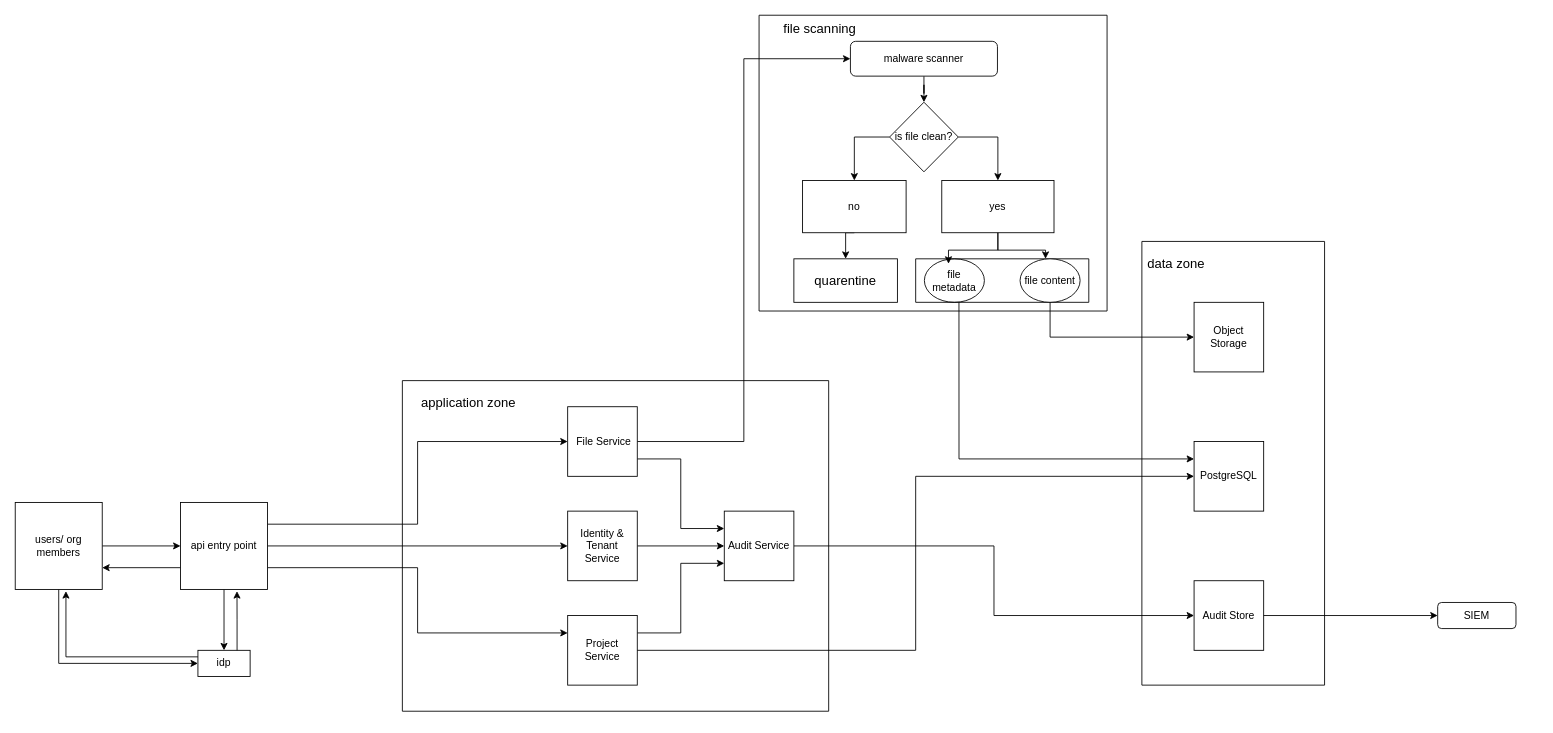
0xn3by/security-architecture keeps this draw.io diagram as multi-tenant-saas-security-architecture/diagrams/security-architecture.drawio. Above is the earlier version. Source tidied: cells renumbered, new cells numbered last; positions are measured from the earlier drawing's top-left corner, leaving out a move shared by most shapes. Both pictures are drawn from the tidied source at 87%, with x=0, y=0 at pixel (15, 15).
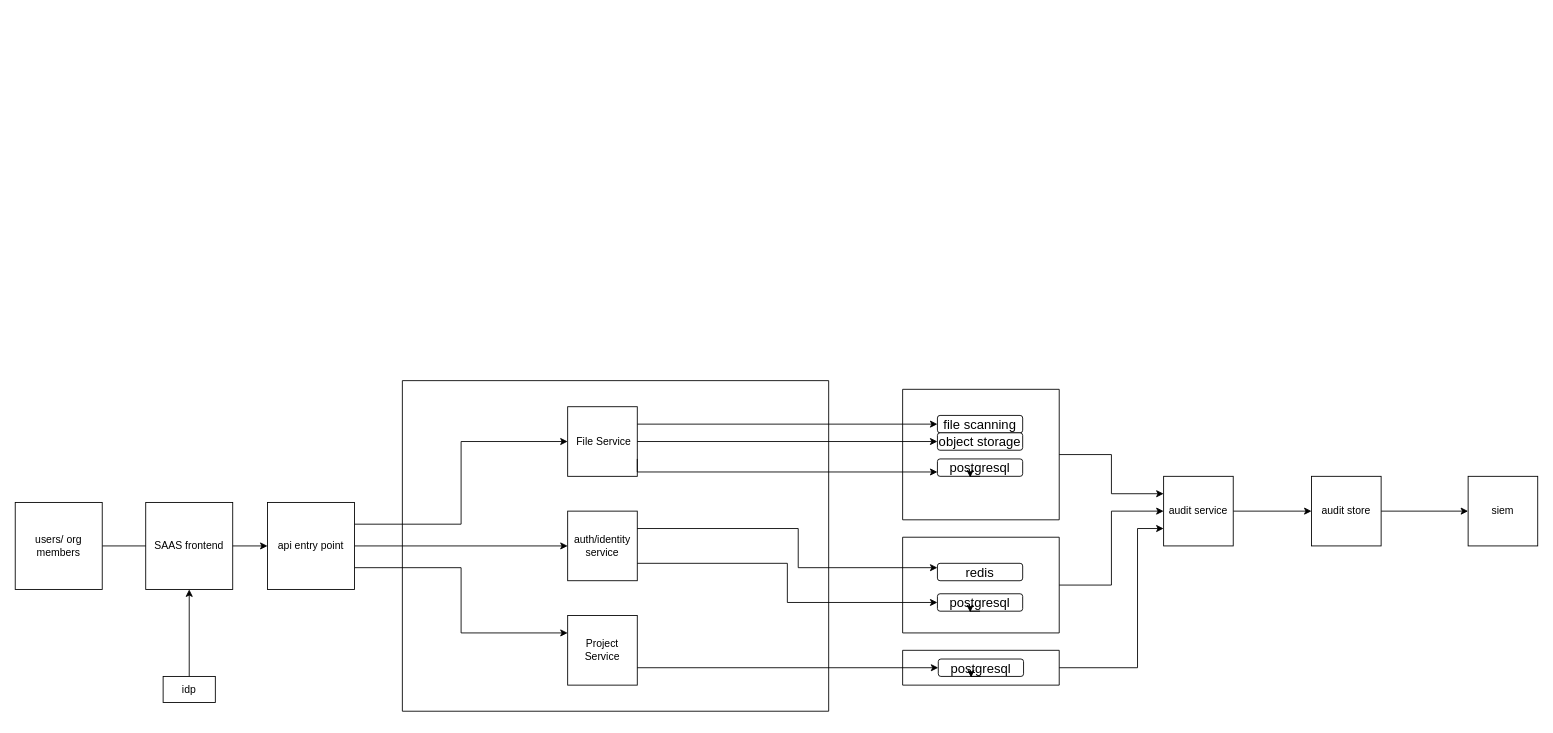
The same page after the edit.

Commit message:
Refine security architecture diagram

The change refers to these unchanged cells:
```xml
<mxCell id="4" value="users/ org members" style="whiteSpace=wrap;html=1;" parent="1" vertex="1">
  <mxGeometry y="560" width="100" height="100" as="geometry" />
</mxCell>
<mxCell id="22" style="swimlane;startSize=0;" parent="1" vertex="1">
  <mxGeometry x="445" y="420" width="490" height="380" as="geometry" />
</mxCell>
<mxCell id="28" value="Project Service" style="whiteSpace=wrap;html=1;" parent="22" vertex="1">
  <mxGeometry x="190" y="270" width="80" height="80" as="geometry" />
</mxCell>
<mxCell id="30" value="&amp;nbsp;File Service" style="whiteSpace=wrap;html=1;" parent="22" vertex="1">
  <mxGeometry x="190" y="30" width="80" height="80" as="geometry" />
</mxCell>
```

What changed in the source:
```diff
@@
-    <mxCell id="3" style="edgeStyle=orthogonalEdgeStyle;rounded=0;jettySize=auto;html=1;exitX=0.5;exitY=1;exitDx=0;exitDy=0;entryX=0;entryY=0.5;entryDx=0;entryDy=0;" parent="1" edge="1" source="4" target="42">
-      <mxGeometry relative="1" as="geometry" />
-    </mxCell>
@@
-    <mxCell id="5" style="edgeStyle=orthogonalEdgeStyle;rounded=0;jettySize=auto;html=1;exitX=0.5;exitY=1;exitDx=0;exitDy=0;entryX=0.5;entryY=0;entryDx=0;entryDy=0;" parent="1" edge="1" source="10" target="42">
-      <mxGeometry relative="1" as="geometry" />
-    </mxCell>
-    <mxCell id="6" style="edgeStyle=orthogonalEdgeStyle;rounded=0;jettySize=auto;html=1;exitX=0;exitY=0.75;exitDx=0;exitDy=0;entryX=1;entryY=0.75;entryDx=0;entryDy=0;" parent="1" edge="1" source="10" target="4">
-      <mxGeometry relative="1" as="geometry" />
-    </mxCell>
@@
     <mxCell id="10" value="api entry point" style="whiteSpace=wrap;html=1;" parent="1" vertex="1">
-      <mxGeometry x="190" y="560" width="100" height="100" as="geometry" />
+      <mxGeometry x="290" y="560" width="100" height="100" as="geometry" />
     </mxCell>
-    <mxCell id="11" style="edgeStyle=orthogonalEdgeStyle;rounded=0;jettySize=auto;html=1;exitX=1;exitY=0.5;exitDx=0;exitDy=0;entryX=0;entryY=0.5;entryDx=0;entryDy=0;" parent="1" edge="1" source="30" target="14">
-      <mxGeometry relative="1" as="geometry" />
-    </mxCell>
-    <mxCell id="12" style="edgeStyle=orthogonalEdgeStyle;rounded=0;jettySize=auto;html=1;exitX=1;exitY=0.5;exitDx=0;exitDy=0;entryX=0;entryY=0.5;entryDx=0;entryDy=0;" parent="1" edge="1" source="26" target="41">
-      <mxGeometry relative="1" as="geometry" />
-    </mxCell>
-    <mxCell id="13" style="edgeStyle=orthogonalEdgeStyle;rounded=0;jettySize=auto;html=1;" parent="1" edge="1" source="14" target="21">
-      <mxGeometry relative="1" as="geometry" />
-    </mxCell>
-    <mxCell id="14" value="malware scanner" style="rounded=1;whiteSpace=wrap;html=1;" parent="1" vertex="1">
-      <mxGeometry x="960" y="30" width="169" height="40" as="geometry" />
-    </mxCell>
-    <mxCell id="15" style="edgeStyle=orthogonalEdgeStyle;rounded=0;jettySize=auto;html=1;exitX=0.5;exitY=1;exitDx=0;exitDy=0;entryX=0.5;entryY=0;entryDx=0;entryDy=0;" parent="1" edge="1" source="16" target="36">
-      <mxGeometry relative="1" as="geometry" />
-    </mxCell>
-    <mxCell id="16" value="no" style="rounded=0;whiteSpace=wrap;html=1;" parent="1" vertex="1">
-      <mxGeometry x="905" y="190" width="119" height="60" as="geometry" />
-    </mxCell>
-    <mxCell id="17" style="edgeStyle=orthogonalEdgeStyle;rounded=0;jettySize=auto;html=1;exitX=0.5;exitY=1;exitDx=0;exitDy=0;entryX=0.75;entryY=0;entryDx=0;entryDy=0;" parent="1" edge="1" source="18" target="33">
-      <mxGeometry relative="1" as="geometry" />
-    </mxCell>
-    <mxCell id="18" value="yes" style="rounded=0;whiteSpace=wrap;html=1;" parent="1" vertex="1">
-      <mxGeometry x="1065" y="190" width="129" height="60" as="geometry" />
-    </mxCell>
-    <mxCell id="19" style="edgeStyle=orthogonalEdgeStyle;rounded=0;jettySize=auto;html=1;exitX=1;exitY=0.5;exitDx=0;exitDy=0;entryX=0.5;entryY=0;entryDx=0;entryDy=0;" parent="1" edge="1" source="21" target="18">
-      <mxGeometry relative="1" as="geometry" />
-    </mxCell>
-    <mxCell id="20" style="edgeStyle=orthogonalEdgeStyle;rounded=0;jettySize=auto;html=1;exitX=0;exitY=0.5;exitDx=0;exitDy=0;entryX=0.5;entryY=0;entryDx=0;entryDy=0;" parent="1" edge="1" source="21" target="16">
-      <mxGeometry relative="1" as="geometry" />
-    </mxCell>
-    <mxCell id="21" value="is file clean?" style="rhombus;whiteSpace=wrap;html=1;shapeInside=1;" parent="1" vertex="1">
-      <mxGeometry x="1005" y="100" width="79" height="80" as="geometry" />
-    </mxCell>
@@
-    <mxCell id="23" value="&lt;div style=&quot;text-align: center;&quot;&gt;&lt;font&gt;&lt;span style=&quot;font-size: 15px;&quot;&gt;application zone&lt;/span&gt;&lt;/font&gt;&lt;/div&gt;" style="text;whiteSpace=wrap;html=1;labelBackgroundColor=none;fontColor=default;" parent="22" vertex="1">
+    <mxCell id="23" value="&lt;div style=&quot;text-align: center;&quot;&gt;&lt;br&gt;&lt;/div&gt;" style="text;whiteSpace=wrap;html=1;labelBackgroundColor=none;fontColor=default;" parent="22" vertex="1">
       <mxGeometry x="20" y="10" width="120" height="40" as="geometry" />
     </mxCell>
-    <mxCell id="24" style="edgeStyle=orthogonalEdgeStyle;rounded=0;jettySize=auto;html=1;exitX=1;exitY=0.5;exitDx=0;exitDy=0;entryX=0;entryY=0.5;entryDx=0;entryDy=0;" parent="22" edge="1" source="25" target="26">
-      <mxGeometry relative="1" as="geometry" />
-    </mxCell>
-    <mxCell id="25" value="Identity &amp;amp; Tenant Service" style="whiteSpace=wrap;html=1;" parent="22" vertex="1">
+    <mxCell id="25" value="auth/identity service" style="whiteSpace=wrap;html=1;" parent="22" vertex="1">
       <mxGeometry x="190" y="150" width="80" height="80" as="geometry" />
     </mxCell>
-    <mxCell id="26" value="Audit Service" style="whiteSpace=wrap;html=1;" parent="22" vertex="1">
-      <mxGeometry x="370" y="150" width="80" height="80" as="geometry" />
-    </mxCell>
-    <mxCell id="27" style="edgeStyle=orthogonalEdgeStyle;rounded=0;jettySize=auto;html=1;exitX=1;exitY=0.25;exitDx=0;exitDy=0;entryX=0;entryY=0.75;entryDx=0;entryDy=0;" parent="22" edge="1" source="28" target="26">
-      <mxGeometry relative="1" as="geometry" />
-    </mxCell>
@@
-    <mxCell id="29" style="edgeStyle=orthogonalEdgeStyle;rounded=0;jettySize=auto;html=1;exitX=1;exitY=0.75;exitDx=0;exitDy=0;entryX=0;entryY=0.25;entryDx=0;entryDy=0;" parent="22" edge="1" source="30" target="26">
-      <mxGeometry relative="1" as="geometry" />
-    </mxCell>
@@
-    <mxCell id="31" value="&lt;div&gt;file metadata&lt;/div&gt;" style="ellipse;whiteSpace=wrap;html=1;shapeInside=1;" parent="1" vertex="1">
-      <mxGeometry x="1045" y="280" width="69" height="50" as="geometry" />
-    </mxCell>
-    <mxCell id="32" style="swimlane;startSize=0;" parent="1" vertex="1">
-      <mxGeometry x="855" width="400" height="340" as="geometry" />
-    </mxCell>
-    <mxCell id="33" style="swimlane;startSize=0;" parent="32" vertex="1">
-      <mxGeometry x="180" y="280" width="199" height="50" as="geometry" />
-    </mxCell>
-    <mxCell id="34" value="file content" style="ellipse;whiteSpace=wrap;html=1;shapeInside=1;" parent="33" vertex="1">
-      <mxGeometry x="120" width="69" height="50" as="geometry" />
-    </mxCell>
+    <mxCell id="52" style="edgeStyle=orthogonalEdgeStyle;rounded=0;jettySize=auto;html=1;" parent="1" edge="1" source="42" target="53">
+      <mxGeometry relative="1" as="geometry" />
+    </mxCell>
+    <mxCell id="42" value="idp" style="rounded=0;whiteSpace=wrap;html=1;" parent="1" vertex="1">
+      <mxGeometry x="170" y="760" width="60" height="30" as="geometry" />
+    </mxCell>
+    <mxCell id="51" style="edgeStyle=orthogonalEdgeStyle;rounded=0;orthogonalLoop=1;jettySize=auto;html=1;innerLoopWaypoints=1;exitX=0.5;exitY=1;exitDx=0;exitDy=0;" parent="1" edge="1" source="22" target="22">
+      <mxGeometry relative="1" as="geometry" />
+    </mxCell>
+    <mxCell id="53" value="SAAS frontend" style="whiteSpace=wrap;html=1;" parent="1" vertex="1">
+      <mxGeometry x="150" y="560" width="100" height="100" as="geometry" />
+    </mxCell>
+    <mxCell id="54" style="edgeStyle=orthogonalEdgeStyle;rounded=0;jettySize=auto;html=1;exitX=1;exitY=0.25;exitDx=0;exitDy=0;entryX=0;entryY=0.5;entryDx=0;entryDy=0;" parent="1" edge="1" source="30" target="35">
+      <mxGeometry relative="1" as="geometry" />
+    </mxCell>
+    <mxCell id="55" style="edgeStyle=orthogonalEdgeStyle;rounded=0;jettySize=auto;html=1;exitX=1;exitY=0.5;exitDx=0;exitDy=0;entryX=0;entryY=0.25;entryDx=0;entryDy=0;" parent="1" edge="1" source="56" target="76">
+      <mxGeometry relative="1" as="geometry" />
+    </mxCell>
+    <mxCell id="56" style="swimlane;startSize=0;" parent="1" vertex="1">
+      <mxGeometry x="1020" y="430" width="180" height="150" as="geometry" />
+    </mxCell>
-    <mxCell id="35" value="file scanning" style="text;html=1;whiteSpace=wrap;strokeColor=none;fillColor=none;align=center;verticalAlign=middle;rounded=0;fontSize=15;" parent="32" vertex="1">
-      <mxGeometry width="140" height="30" as="geometry" />
+    <mxCell id="35" value="&lt;span style=&quot;font-size: 15px;&quot;&gt;file scanning&lt;/span&gt;" style="rounded=1;whiteSpace=wrap;html=1;" parent="56" vertex="1">
+      <mxGeometry x="40" y="30" width="98" height="20" as="geometry" />
     </mxCell>
-    <mxCell id="36" value="&lt;font style=&quot;font-size: 15px;&quot;&gt;quarentine&lt;/font&gt;" style="rounded=0;whiteSpace=wrap;html=1;" parent="32" vertex="1">
-      <mxGeometry x="40" y="280" width="119" height="50" as="geometry" />
-    </mxCell>
-    <mxCell id="37" style="swimlane;startSize=0;" parent="1" vertex="1">
-      <mxGeometry x="1295" y="260" width="210" height="510" as="geometry" />
-    </mxCell>
-    <mxCell id="38" value="data zone" style="text;html=1;whiteSpace=wrap;strokeColor=none;fillColor=none;align=center;verticalAlign=middle;rounded=0;fontSize=15;" parent="37" vertex="1">
-      <mxGeometry x="-30" y="10" width="139" height="30" as="geometry" />
-    </mxCell>
-    <mxCell id="39" value="PostgreSQL" style="whiteSpace=wrap;html=1;" parent="37" vertex="1">
-      <mxGeometry x="60" y="230" width="80" height="80" as="geometry" />
-    </mxCell>
-    <mxCell id="40" value="Object Storage" style="whiteSpace=wrap;html=1;" parent="37" vertex="1">
-      <mxGeometry x="60" y="70" width="80" height="80" as="geometry" />
-    </mxCell>
-    <mxCell id="41" value="Audit Store" style="whiteSpace=wrap;html=1;" parent="37" vertex="1">
-      <mxGeometry x="60" y="390" width="80" height="80" as="geometry" />
-    </mxCell>
-    <mxCell id="42" value="idp" style="rounded=0;whiteSpace=wrap;html=1;" parent="1" vertex="1">
-      <mxGeometry x="210" y="730" width="60" height="30" as="geometry" />
-    </mxCell>
-    <mxCell id="43" style="edgeStyle=orthogonalEdgeStyle;rounded=0;jettySize=auto;html=1;exitX=0.75;exitY=0;exitDx=0;exitDy=0;entryX=0.649;entryY=1.02;entryDx=0;entryDy=0;entryPerimeter=0;" parent="1" edge="1" source="42" target="10">
-      <mxGeometry relative="1" as="geometry" />
-    </mxCell>
-    <mxCell id="44" style="edgeStyle=orthogonalEdgeStyle;rounded=0;jettySize=auto;html=1;exitX=0;exitY=0.25;exitDx=0;exitDy=0;entryX=0.583;entryY=1.02;entryDx=0;entryDy=0;entryPerimeter=0;" parent="1" edge="1" source="42" target="4">
-      <mxGeometry relative="1" as="geometry" />
-    </mxCell>
-    <mxCell id="45" style="edgeStyle=orthogonalEdgeStyle;rounded=0;jettySize=auto;html=1;exitX=0.5;exitY=1;exitDx=0;exitDy=0;entryX=0.402;entryY=0.113;entryDx=0;entryDy=0;entryPerimeter=0;" parent="1" edge="1" source="18" target="31">
-      <mxGeometry relative="1" as="geometry" />
-    </mxCell>
-    <mxCell id="46" style="edgeStyle=orthogonalEdgeStyle;rounded=0;jettySize=auto;html=1;exitX=0.25;exitY=1;exitDx=0;exitDy=0;entryX=0;entryY=0.25;entryDx=0;entryDy=0;" parent="1" edge="1" source="33" target="39">
-      <mxGeometry relative="1" as="geometry" />
-    </mxCell>
-    <mxCell id="47" style="edgeStyle=orthogonalEdgeStyle;rounded=0;jettySize=auto;html=1;exitX=0.5;exitY=1;exitDx=0;exitDy=0;entryX=0;entryY=0.5;entryDx=0;entryDy=0;" parent="1" edge="1" source="34" target="40">
-      <mxGeometry relative="1" as="geometry" />
-    </mxCell>
-    <mxCell id="48" style="edgeStyle=orthogonalEdgeStyle;rounded=0;jettySize=auto;html=1;exitX=1;exitY=0.5;exitDx=0;exitDy=0;entryX=0;entryY=0.5;entryDx=0;entryDy=0;" parent="1" edge="1" source="28" target="39">
-      <mxGeometry relative="1" as="geometry" />
-    </mxCell>
-    <mxCell id="49" value="SIEM" style="rounded=1;whiteSpace=wrap;html=1;" parent="1" vertex="1">
-      <mxGeometry x="1635" y="675" width="90" height="30" as="geometry" />
-    </mxCell>
-    <mxCell id="50" style="edgeStyle=orthogonalEdgeStyle;rounded=0;jettySize=auto;html=1;exitX=1;exitY=0.5;exitDx=0;exitDy=0;entryX=0;entryY=0.5;entryDx=0;entryDy=0;" parent="1" edge="1" source="41" target="49">
-      <mxGeometry relative="1" as="geometry" />
-    </mxCell>
-    <mxCell id="51" style="edgeStyle=orthogonalEdgeStyle;rounded=0;orthogonalLoop=1;jettySize=auto;html=1;innerLoopWaypoints=1;exitX=0.5;exitY=1;exitDx=0;exitDy=0;" parent="1" edge="1" source="22" target="22">
-      <mxGeometry relative="1" as="geometry" />
-    </mxCell>
+    <mxCell id="57" value="&lt;span style=&quot;font-size: 15px;&quot;&gt;postgresql&lt;/span&gt;" style="rounded=1;whiteSpace=wrap;html=1;" parent="56" vertex="1">
+      <mxGeometry x="40" y="80" width="98" height="20" as="geometry" />
+    </mxCell>
+    <mxCell id="58" style="edgeStyle=orthogonalEdgeStyle;rounded=0;orthogonalLoop=1;jettySize=auto;html=1;exitX=0.5;exitY=1;exitDx=0;exitDy=0;entryX=0.385;entryY=1.064;entryDx=0;entryDy=0;entryPerimeter=0;" parent="56" edge="1" source="57" target="57">
+      <mxGeometry relative="1" as="geometry" />
+    </mxCell>
+    <mxCell id="59" value="&lt;span style=&quot;font-size: 15px;&quot;&gt;object storage&lt;/span&gt;" style="rounded=1;whiteSpace=wrap;html=1;" parent="56" vertex="1">
+      <mxGeometry x="40" y="50" width="98" height="20" as="geometry" />
+    </mxCell>
+    <mxCell id="60" style="edgeStyle=orthogonalEdgeStyle;rounded=0;jettySize=auto;html=1;exitX=1;exitY=0.75;exitDx=0;exitDy=0;entryX=0;entryY=0.75;entryDx=0;entryDy=0;" parent="1" edge="1" source="30" target="57">
+      <mxGeometry relative="1" as="geometry">
+        <Array as="points">
+          <mxPoint x="715" y="525" />
+        </Array>
+      </mxGeometry>
+    </mxCell>
+    <mxCell id="61" style="edgeStyle=orthogonalEdgeStyle;rounded=0;jettySize=auto;html=1;exitX=1;exitY=0.5;exitDx=0;exitDy=0;entryX=0;entryY=0.5;entryDx=0;entryDy=0;" parent="1" edge="1" source="30" target="59">
+      <mxGeometry relative="1" as="geometry" />
+    </mxCell>
+    <mxCell id="62" style="edgeStyle=orthogonalEdgeStyle;rounded=0;jettySize=auto;html=1;exitX=1;exitY=0.5;exitDx=0;exitDy=0;entryX=0;entryY=0.5;entryDx=0;entryDy=0;" parent="1" edge="1" source="63" target="76">
+      <mxGeometry relative="1" as="geometry" />
+    </mxCell>
+    <mxCell id="63" style="swimlane;startSize=0;" parent="1" vertex="1">
+      <mxGeometry x="1020" y="600" width="180" height="110" as="geometry" />
+    </mxCell>
+    <mxCell id="64" value="&lt;span style=&quot;font-size: 15px;&quot;&gt;redis&lt;/span&gt;" style="rounded=1;whiteSpace=wrap;html=1;" parent="63" vertex="1">
+      <mxGeometry x="40" y="30" width="98" height="20" as="geometry" />
+    </mxCell>
+    <mxCell id="65" value="&lt;span style=&quot;font-size: 15px;&quot;&gt;postgresql&lt;/span&gt;" style="rounded=1;whiteSpace=wrap;html=1;" parent="63" vertex="1">
+      <mxGeometry x="40" y="65" width="98" height="20" as="geometry" />
+    </mxCell>
+    <mxCell id="66" style="edgeStyle=orthogonalEdgeStyle;rounded=0;orthogonalLoop=1;jettySize=auto;html=1;exitX=0.5;exitY=1;exitDx=0;exitDy=0;entryX=0.385;entryY=1.064;entryDx=0;entryDy=0;entryPerimeter=0;" parent="63" edge="1" source="65" target="65">
+      <mxGeometry relative="1" as="geometry" />
+    </mxCell>
+    <mxCell id="67" style="edgeStyle=orthogonalEdgeStyle;rounded=0;jettySize=auto;html=1;entryX=0;entryY=0.75;entryDx=0;entryDy=0;" parent="1" edge="1" source="68" target="76">
+      <mxGeometry relative="1" as="geometry">
+        <Array as="points">
+          <mxPoint x="1290" y="750" />
+          <mxPoint x="1290" y="590" />
+        </Array>
+      </mxGeometry>
+    </mxCell>
+    <mxCell id="68" style="swimlane;startSize=0;" parent="1" vertex="1">
+      <mxGeometry x="1020" y="730" width="180" height="40" as="geometry" />
+    </mxCell>
+    <mxCell id="69" value="&lt;span style=&quot;font-size: 15px;&quot;&gt;postgresql&lt;/span&gt;" style="rounded=1;whiteSpace=wrap;html=1;" parent="68" vertex="1">
+      <mxGeometry x="41" y="10" width="98" height="20" as="geometry" />
+    </mxCell>
+    <mxCell id="70" style="edgeStyle=orthogonalEdgeStyle;rounded=0;orthogonalLoop=1;jettySize=auto;html=1;exitX=0.5;exitY=1;exitDx=0;exitDy=0;entryX=0.385;entryY=1.064;entryDx=0;entryDy=0;entryPerimeter=0;" parent="68" edge="1" source="69" target="69">
+      <mxGeometry relative="1" as="geometry" />
+    </mxCell>
+    <mxCell id="71" style="edgeStyle=orthogonalEdgeStyle;rounded=0;orthogonalLoop=1;jettySize=auto;html=1;exitX=0.5;exitY=1;exitDx=0;exitDy=0;" parent="1" edge="1" source="63" target="63">
+      <mxGeometry relative="1" as="geometry" />
+    </mxCell>
+    <mxCell id="72" style="edgeStyle=orthogonalEdgeStyle;rounded=0;jettySize=auto;html=1;exitX=1;exitY=0.25;exitDx=0;exitDy=0;entryX=0;entryY=0.25;entryDx=0;entryDy=0;" parent="1" edge="1" source="25" target="64">
+      <mxGeometry relative="1" as="geometry">
+        <Array as="points">
+          <mxPoint x="900" y="590" />
+          <mxPoint x="900" y="635" />
+        </Array>
+      </mxGeometry>
+    </mxCell>
+    <mxCell id="73" style="edgeStyle=orthogonalEdgeStyle;rounded=0;jettySize=auto;html=1;exitX=1;exitY=0.75;exitDx=0;exitDy=0;entryX=0;entryY=0.5;entryDx=0;entryDy=0;" parent="1" edge="1" source="25" target="65">
+      <mxGeometry relative="1" as="geometry" />
+    </mxCell>
+    <mxCell id="74" style="edgeStyle=orthogonalEdgeStyle;rounded=0;jettySize=auto;html=1;exitX=1;exitY=0.75;exitDx=0;exitDy=0;entryX=0;entryY=0.5;entryDx=0;entryDy=0;" parent="1" edge="1" source="28" target="69">
+      <mxGeometry relative="1" as="geometry" />
+    </mxCell>
+    <mxCell id="75" style="edgeStyle=orthogonalEdgeStyle;rounded=0;jettySize=auto;html=1;exitX=1;exitY=0.5;exitDx=0;exitDy=0;entryX=0;entryY=0.5;entryDx=0;entryDy=0;" parent="1" edge="1" source="76" target="78">
+      <mxGeometry relative="1" as="geometry" />
+    </mxCell>
+    <mxCell id="76" value="audit service" style="whiteSpace=wrap;html=1;" parent="1" vertex="1">
+      <mxGeometry x="1320" y="530" width="80" height="80" as="geometry" />
+    </mxCell>
+    <mxCell id="77" style="edgeStyle=orthogonalEdgeStyle;rounded=0;jettySize=auto;html=1;exitX=1;exitY=0.5;exitDx=0;exitDy=0;entryX=0;entryY=0.5;entryDx=0;entryDy=0;" parent="1" edge="1" source="78" target="79">
+      <mxGeometry relative="1" as="geometry" />
+    </mxCell>
+    <mxCell id="78" value="audit store" style="whiteSpace=wrap;html=1;" parent="1" vertex="1">
+      <mxGeometry x="1490" y="530" width="80" height="80" as="geometry" />
+    </mxCell>
+    <mxCell id="79" value="siem" style="whiteSpace=wrap;html=1;" parent="1" vertex="1">
+      <mxGeometry x="1670" y="530" width="80" height="80" as="geometry" />
+    </mxCell>
```
